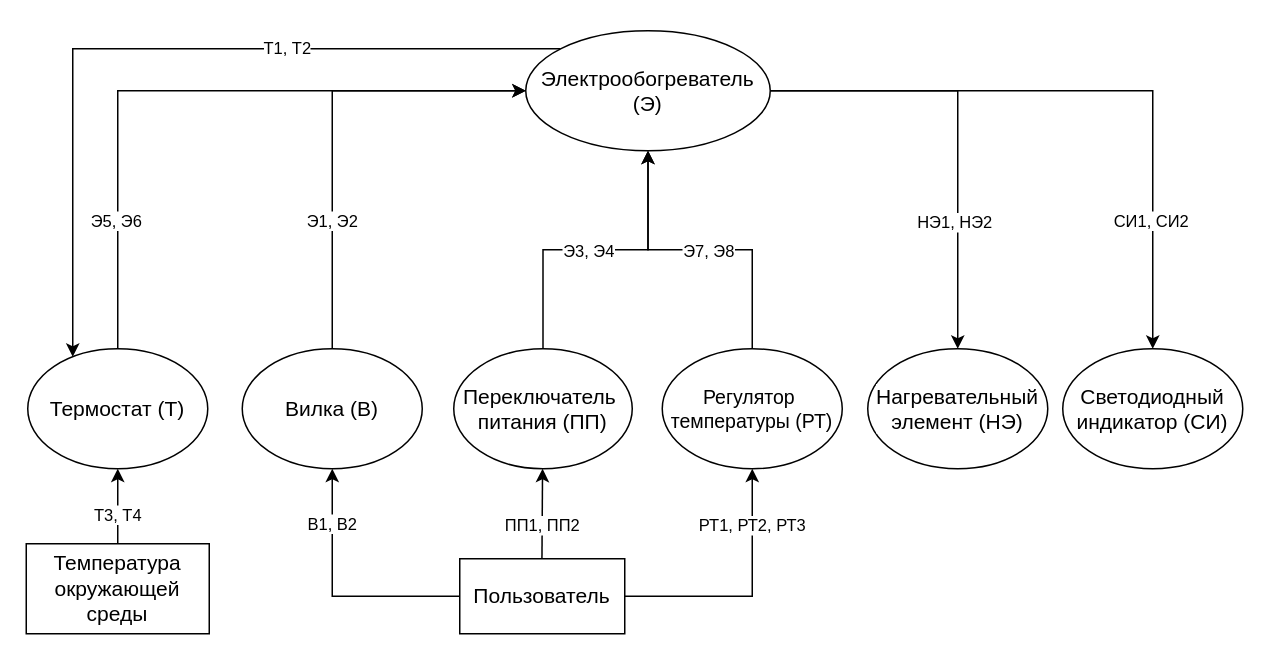
Earlier version of the draw.io diagram page "МВО" (3 of 5) of lab_05/heater.drawio (n0kkster/iu7-oop-4sem-labs). Source tidied: cells renumbered, new cells numbered last; positions are measured from the earlier drawing's top-left corner, leaving out a move shared by most shapes. Both pictures are drawn from the tidied source at 150%, with x=0, y=0 at pixel (26, 26).
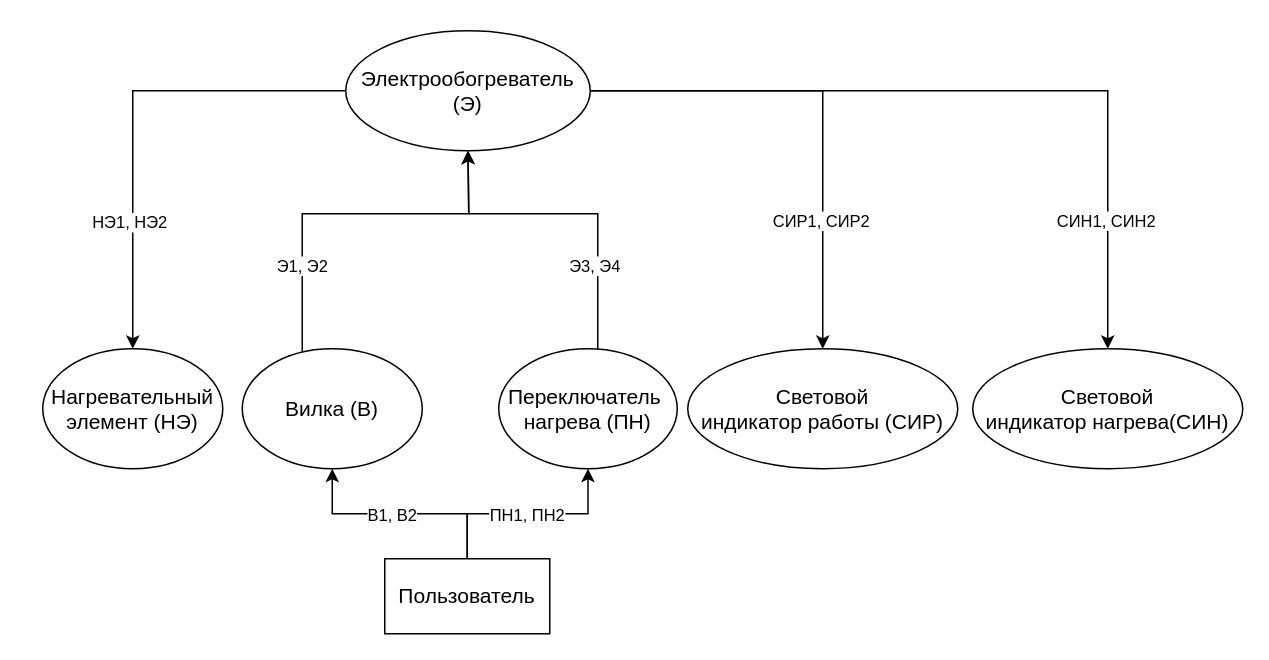
Above is the later version.

Unchanged cells that the change refers to:
```xml
<mxCell id="10" value="Вилка (В)" style="ellipse;whiteSpace=wrap;html=1;fontFamily=Helvetica;fontSize=14;fontColor=default;labelBackgroundColor=default;" parent="1" vertex="1">
  <mxGeometry x="144" y="215" width="120" height="80" as="geometry" />
</mxCell>
```

What changed in the source:
```diff
@@
-    <mxCell id="2" style="edgeStyle=orthogonalEdgeStyle;rounded=0;jettySize=auto;html=1;" parent="1" edge="1" source="11" target="18">
-      <mxGeometry relative="1" as="geometry" />
-    </mxCell>
@@
-    <mxCell id="4" style="shape=connector;rounded=0;orthogonalLoop=1;jettySize=auto;html=1;entryX=0.5;entryY=1;entryDx=0;entryDy=0;strokeColor=default;align=center;verticalAlign=middle;fontFamily=Helvetica;fontSize=11;fontColor=default;labelBackgroundColor=default;startArrow=none;startFill=0;endArrow=classic;" parent="1" edge="1">
-      <mxGeometry relative="1" as="geometry">
-        <mxPoint x="343.8" y="355" as="sourcePoint" />
-        <mxPoint x="344.2" y="295" as="targetPoint" />
-      </mxGeometry>
-    </mxCell>
-    <mxCell id="5" style="edgeStyle=orthogonalEdgeStyle;shape=connector;rounded=0;jettySize=auto;html=1;strokeColor=default;align=center;verticalAlign=middle;fontFamily=Helvetica;fontSize=11;fontColor=default;labelBackgroundColor=default;startArrow=none;startFill=0;endArrow=classic;" parent="1" edge="1" source="6" target="11">
-      <mxGeometry relative="1" as="geometry" />
-    </mxCell>
+    <mxCell id="33" style="edgeStyle=orthogonalEdgeStyle;rounded=0;jettySize=auto;html=1;entryX=0.5;entryY=1;entryDx=0;entryDy=0;" parent="1" edge="1" source="6" target="8">
+      <mxGeometry relative="1" as="geometry" />
+    </mxCell>
     <mxCell id="6" value="Пользователь" style="html=1;whiteSpace=wrap;fontFamily=Helvetica;fontSize=14;fontColor=default;labelBackgroundColor=default;" parent="1" vertex="1">
-      <mxGeometry x="289" y="355" width="110" height="50" as="geometry" />
+      <mxGeometry x="239" y="355" width="110" height="50" as="geometry" />
     </mxCell>
     <mxCell id="7" style="edgeStyle=orthogonalEdgeStyle;shape=connector;rounded=0;jettySize=auto;html=1;strokeColor=default;align=center;verticalAlign=middle;fontFamily=Helvetica;fontSize=11;fontColor=default;labelBackgroundColor=default;startArrow=none;startFill=0;endArrow=classic;" parent="1" edge="1" source="8" target="18">
-      <mxGeometry relative="1" as="geometry" />
+      <mxGeometry relative="1" as="geometry">
+        <Array as="points">
+          <mxPoint x="381" y="125" />
+          <mxPoint x="295" y="125" />
+        </Array>
+      </mxGeometry>
     </mxCell>
-    <mxCell id="8" value="Переключатель&amp;nbsp;&lt;div&gt;питания (ПП)&lt;/div&gt;" style="ellipse;whiteSpace=wrap;html=1;fontFamily=Helvetica;fontSize=14;fontColor=default;labelBackgroundColor=default;" parent="1" vertex="1">
-      <mxGeometry x="285" y="215" width="119" height="80" as="geometry" />
+    <mxCell id="8" value="Переключатель&amp;nbsp;&lt;div&gt;нагрева (ПН)&lt;/div&gt;" style="ellipse;whiteSpace=wrap;html=1;fontFamily=Helvetica;fontSize=14;fontColor=default;labelBackgroundColor=default;" parent="1" vertex="1">
+      <mxGeometry x="315" y="215" width="119" height="80" as="geometry" />
     </mxCell>
     <mxCell id="9" style="edgeStyle=orthogonalEdgeStyle;shape=connector;rounded=0;jettySize=auto;html=1;strokeColor=default;align=center;verticalAlign=middle;fontFamily=Helvetica;fontSize=11;fontColor=default;labelBackgroundColor=default;startArrow=none;startFill=0;endArrow=classic;" parent="1" edge="1" source="10" target="18">
       <mxGeometry relative="1" as="geometry">
         <Array as="points">
-          <mxPoint x="204" y="43" />
+          <mxPoint x="184" y="125" />
+          <mxPoint x="295" y="125" />
         </Array>
       </mxGeometry>
     </mxCell>
@@
-    <mxCell id="11" value="Регулятор&amp;nbsp;&lt;div&gt;температуры (РТ)&lt;/div&gt;" style="ellipse;whiteSpace=wrap;html=1;fontFamily=Helvetica;fontSize=13;fontColor=default;labelBackgroundColor=default;" parent="1" vertex="1">
-      <mxGeometry x="424" y="215" width="120" height="80" as="geometry" />
-    </mxCell>
     <mxCell id="12" value="В1, В2" style="text;html=1;align=center;verticalAlign=middle;strokeColor=none;fillColor=none;fontFamily=Helvetica;fontSize=11;fontColor=default;labelBackgroundColor=default;" parent="1" vertex="1">
-      <mxGeometry x="174" y="317" width="60" height="30" as="geometry" />
+      <mxGeometry x="214" y="311" width="60" height="30" as="geometry" />
     </mxCell>
-    <mxCell id="13" value="ПП1, ПП2" style="text;html=1;align=center;verticalAlign=middle;strokeColor=none;fillColor=none;fontFamily=Helvetica;fontSize=11;fontColor=default;labelBackgroundColor=default;" parent="1" vertex="1">
-      <mxGeometry x="309" y="318" width="70" height="30" as="geometry" />
+    <mxCell id="13" value="ПН1, ПН2" style="text;html=1;align=center;verticalAlign=middle;strokeColor=none;fillColor=none;fontFamily=Helvetica;fontSize=11;fontColor=default;labelBackgroundColor=default;" parent="1" vertex="1">
+      <mxGeometry x="299" y="311" width="70" height="30" as="geometry" />
     </mxCell>
-    <mxCell id="14" value="РТ1, РТ2, РТ3" style="text;html=1;align=center;verticalAlign=middle;strokeColor=none;fillColor=none;fontFamily=Helvetica;fontSize=11;fontColor=default;labelBackgroundColor=default;" parent="1" vertex="1">
-      <mxGeometry x="439" y="318" width="90" height="30" as="geometry" />
-    </mxCell>
@@
-    <mxCell id="17" style="edgeStyle=orthogonalEdgeStyle;rounded=0;jettySize=auto;html=1;" parent="1" edge="1" source="18" target="20">
-      <mxGeometry relative="1" as="geometry">
-        <Array as="points">
-          <mxPoint x="31" y="15" />
-        </Array>
-      </mxGeometry>
-    </mxCell>
+    <mxCell id="34" style="edgeStyle=orthogonalEdgeStyle;rounded=0;jettySize=auto;html=1;" parent="1" edge="1" source="18" target="35">
+      <mxGeometry relative="1" as="geometry" />
+    </mxCell>
     <mxCell id="18" value="Электрообогреватель&lt;div&gt;(Э)&lt;/div&gt;" style="ellipse;whiteSpace=wrap;html=1;fontFamily=Helvetica;fontSize=14;fontColor=default;labelBackgroundColor=default;" parent="1" vertex="1">
-      <mxGeometry x="333" y="3" width="163" height="80" as="geometry" />
+      <mxGeometry x="213" y="3" width="163" height="80" as="geometry" />
     </mxCell>
-    <mxCell id="19" style="edgeStyle=orthogonalEdgeStyle;rounded=0;jettySize=auto;html=1;" parent="1" edge="1" source="20" target="18">
-      <mxGeometry relative="1" as="geometry">
-        <Array as="points">
-          <mxPoint x="61" y="43" />
-        </Array>
-      </mxGeometry>
-    </mxCell>
-    <mxCell id="20" value="Термостат (Т)" style="ellipse;whiteSpace=wrap;html=1;fontFamily=Helvetica;fontSize=14;fontColor=default;labelBackgroundColor=default;" parent="1" vertex="1">
-      <mxGeometry x="1" y="215" width="120" height="80" as="geometry" />
-    </mxCell>
     <mxCell id="21" value="Нагревательный&lt;div&gt;элемент (НЭ)&lt;/div&gt;" style="ellipse;whiteSpace=wrap;html=1;fontFamily=Helvetica;fontSize=14;fontColor=default;labelBackgroundColor=default;" parent="1" vertex="1">
-      <mxGeometry x="561" y="215" width="120" height="80" as="geometry" />
+      <mxGeometry x="11" y="215" width="120" height="80" as="geometry" />
     </mxCell>
-    <mxCell id="22" value="Светодиодный&lt;div&gt;индикатор (СИ)&lt;/div&gt;" style="ellipse;whiteSpace=wrap;html=1;fontFamily=Helvetica;fontSize=14;fontColor=default;labelBackgroundColor=default;" parent="1" vertex="1">
-      <mxGeometry x="691" y="215" width="120" height="80" as="geometry" />
+    <mxCell id="22" value="Световой&lt;div&gt;индикатор работы (СИР)&lt;/div&gt;" style="ellipse;whiteSpace=wrap;html=1;fontFamily=Helvetica;fontSize=14;fontColor=default;labelBackgroundColor=default;" parent="1" vertex="1">
+      <mxGeometry x="441" y="215" width="180" height="80" as="geometry" />
     </mxCell>
     <mxCell id="23" value="Э1, Э2" style="text;html=1;align=center;verticalAlign=middle;strokeColor=none;fillColor=none;fontFamily=Helvetica;fontSize=11;fontColor=default;labelBackgroundColor=default;" parent="1" vertex="1">
-      <mxGeometry x="174" y="115" width="60" height="30" as="geometry" />
+      <mxGeometry x="154" y="145" width="60" height="30" as="geometry" />
     </mxCell>
     <mxCell id="24" value="Э3, Э4" style="text;html=1;align=center;verticalAlign=middle;strokeColor=none;fillColor=none;fontFamily=Helvetica;fontSize=11;fontColor=default;labelBackgroundColor=default;" parent="1" vertex="1">
-      <mxGeometry x="345" y="135" width="60" height="30" as="geometry" />
+      <mxGeometry x="349" y="145" width="60" height="30" as="geometry" />
     </mxCell>
-    <mxCell id="25" value="СИ1, СИ2" style="text;html=1;align=center;verticalAlign=middle;strokeColor=none;fillColor=none;fontFamily=Helvetica;fontSize=11;fontColor=default;labelBackgroundColor=default;" parent="1" vertex="1">
-      <mxGeometry x="715" y="115" width="70" height="30" as="geometry" />
+    <mxCell id="25" value="СИР1, СИР2" style="text;html=1;align=center;verticalAlign=middle;strokeColor=none;fillColor=none;fontFamily=Helvetica;fontSize=11;fontColor=default;labelBackgroundColor=default;" parent="1" vertex="1">
+      <mxGeometry x="485" y="115" width="90" height="30" as="geometry" />
     </mxCell>
-    <mxCell id="26" value="Э7, Э8" style="text;html=1;align=center;verticalAlign=middle;strokeColor=none;fillColor=none;fontFamily=Helvetica;fontSize=11;fontColor=default;labelBackgroundColor=default;" parent="1" vertex="1">
-      <mxGeometry x="425" y="135" width="60" height="30" as="geometry" />
-    </mxCell>
     <mxCell id="27" value="НЭ1, НЭ2" style="text;html=1;align=center;verticalAlign=middle;strokeColor=none;fillColor=none;fontFamily=Helvetica;fontSize=11;fontColor=default;labelBackgroundColor=default;" parent="1" vertex="1">
-      <mxGeometry x="584" y="116" width="70" height="30" as="geometry" />
+      <mxGeometry x="34" y="116" width="70" height="30" as="geometry" />
     </mxCell>
-    <mxCell id="28" value="Э5, Э6" style="text;html=1;align=center;verticalAlign=middle;strokeColor=none;fillColor=none;fontFamily=Helvetica;fontSize=11;fontColor=default;labelBackgroundColor=default;" parent="1" vertex="1">
-      <mxGeometry x="30" y="115" width="60" height="30" as="geometry" />
-    </mxCell>
-    <mxCell id="29" value="Т1, Т2" style="text;html=1;align=center;verticalAlign=middle;strokeColor=none;fillColor=none;fontFamily=Helvetica;fontSize=11;fontColor=default;labelBackgroundColor=default;" parent="1" vertex="1">
-      <mxGeometry x="144" width="60" height="30" as="geometry" />
-    </mxCell>
-    <mxCell id="30" style="edgeStyle=orthogonalEdgeStyle;rounded=0;jettySize=auto;html=1;" parent="1" edge="1" source="31" target="20">
-      <mxGeometry relative="1" as="geometry" />
-    </mxCell>
-    <mxCell id="31" value="Температура&lt;div&gt;окружающей&lt;/div&gt;&lt;div&gt;среды&lt;/div&gt;" style="html=1;whiteSpace=wrap;fontFamily=Helvetica;fontSize=14;fontColor=default;labelBackgroundColor=default;" parent="1" vertex="1">
-      <mxGeometry y="345" width="122" height="60" as="geometry" />
-    </mxCell>
-    <mxCell id="32" value="Т3, Т4" style="text;html=1;align=center;verticalAlign=middle;strokeColor=none;fillColor=none;fontFamily=Helvetica;fontSize=11;fontColor=default;labelBackgroundColor=default;" parent="1" vertex="1">
-      <mxGeometry x="31" y="311" width="60" height="30" as="geometry" />
-    </mxCell>
+    <mxCell id="35" value="Световой&lt;div&gt;индикатор нагрева(СИН)&lt;/div&gt;" style="ellipse;whiteSpace=wrap;html=1;fontFamily=Helvetica;fontSize=14;fontColor=default;labelBackgroundColor=default;" parent="1" vertex="1">
+      <mxGeometry x="631" y="215" width="180" height="80" as="geometry" />
+    </mxCell>
+    <mxCell id="36" value="СИН1, СИН2" style="text;html=1;align=center;verticalAlign=middle;strokeColor=none;fillColor=none;fontFamily=Helvetica;fontSize=11;fontColor=default;labelBackgroundColor=default;" parent="1" vertex="1">
+      <mxGeometry x="675" y="115" width="90" height="30" as="geometry" />
+    </mxCell>
```
